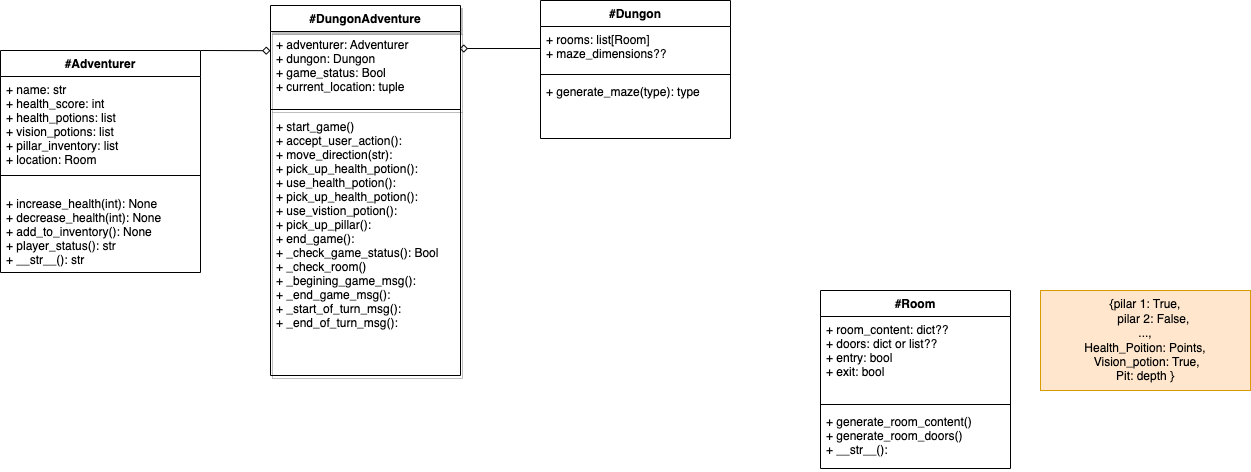
warlicks/dungon-adventrue keeps this draw.io diagram as doc/class_uml_diagram.drawio.png. Above is the earlier version. Source tidied: cells renumbered, new cells last; positions are measured from the earlier drawing's top-left corner, leaving out a move shared by most shapes.
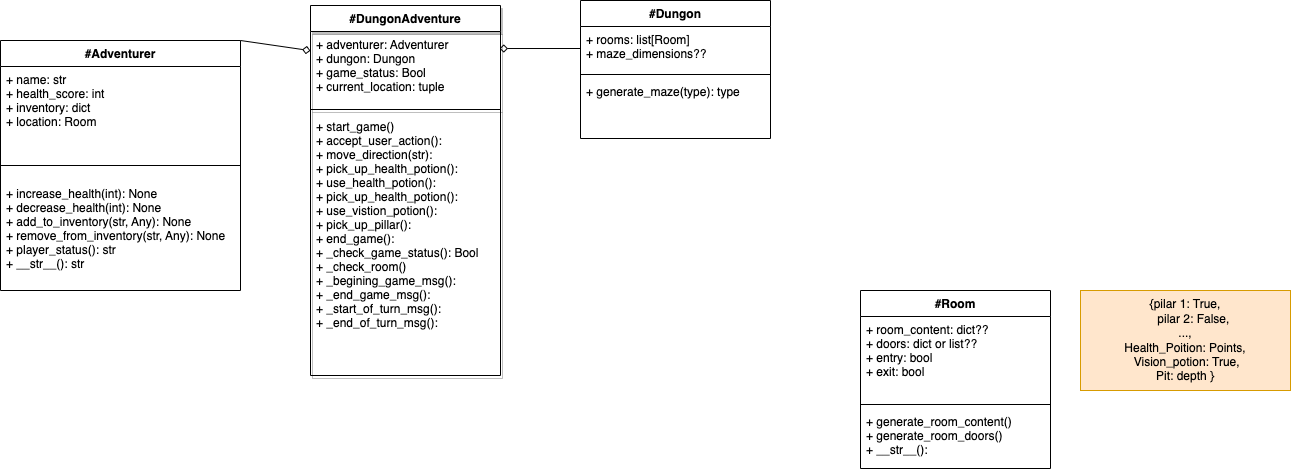
The same file after the commit.

Commit message:
Updated diagram to repersent the Adventurer class as presently implemented.

What changed in the source:
```diff
@@ -6,16 +6,16 @@
       <mxGeometry relative="1" as="geometry" />
     </mxCell>
     <mxCell id="3" value="#Adventurer" style="swimlane;fontStyle=1;align=center;verticalAlign=top;horizontal=1;startSize=26;rounded=0;" parent="1" vertex="1">
-      <mxGeometry y="50" width="200" height="222" as="geometry" />
+      <mxGeometry x="-40" y="40" width="240" height="250" as="geometry" />
     </mxCell>
-    <mxCell id="4" value="+ name: str&#10;+ health_score: int&#10;+ health_potions: list&#10;+ vision_potions: list&#10;+ pillar_inventory: list&#10;+ location: Room " style="text;strokeColor=none;fillColor=none;align=left;verticalAlign=top;spacingLeft=4;spacingRight=4;overflow=hidden;fontStyle=0;shadow=1;rounded=0;" parent="3" vertex="1">
-      <mxGeometry y="26" width="200" height="84" as="geometry" />
+    <mxCell id="4" value="+ name: str&#10;+ health_score: int&#10;+ inventory: dict&#10;+ location: Room " style="text;strokeColor=none;fillColor=none;align=left;verticalAlign=top;spacingLeft=4;spacingRight=4;overflow=hidden;fontStyle=0;shadow=1;rounded=0;" parent="3" vertex="1">
+      <mxGeometry y="26" width="240" height="84" as="geometry" />
     </mxCell>
     <mxCell id="5" style="line;strokeWidth=1;fillColor=none;align=left;verticalAlign=middle;spacingTop=-1;spacingLeft=3;spacingRight=3;labelPosition=right;strokeColor=inherit;rounded=0;" parent="3" vertex="1">
-      <mxGeometry y="110" width="200" height="30" as="geometry" />
+      <mxGeometry y="110" width="240" height="30" as="geometry" />
     </mxCell>
-    <mxCell id="6" value="+ increase_health(int): None&#10;+ decrease_health(int): None&#10;+ add_to_inventory(): None&#10;+ player_status(): str&#10;+ __str__(): str&#10;" style="text;strokeColor=none;fillColor=none;align=left;verticalAlign=top;spacingLeft=4;spacingRight=4;overflow=hidden;rounded=0;" parent="3" vertex="1">
-      <mxGeometry y="140" width="200" height="82" as="geometry" />
+    <mxCell id="6" value="+ increase_health(int): None&#10;+ decrease_health(int): None&#10;+ add_to_inventory(str, Any): None&#10;+ remove_from_inventory(str, Any): None&#10;+ player_status(): str&#10;+ __str__(): str&#10;" style="text;strokeColor=none;fillColor=none;align=left;verticalAlign=top;spacingLeft=4;spacingRight=4;overflow=hidden;rounded=0;" parent="3" vertex="1">
+      <mxGeometry y="140" width="240" height="110" as="geometry" />
     </mxCell>
     <mxCell id="7" value="#DungonAdventure" style="swimlane;fontStyle=1;align=center;verticalAlign=top;horizontal=1;startSize=26;shadow=1;rounded=0;" parent="1" vertex="1">
       <mxGeometry x="270" y="5" width="190" height="370" as="geometry" />
```
